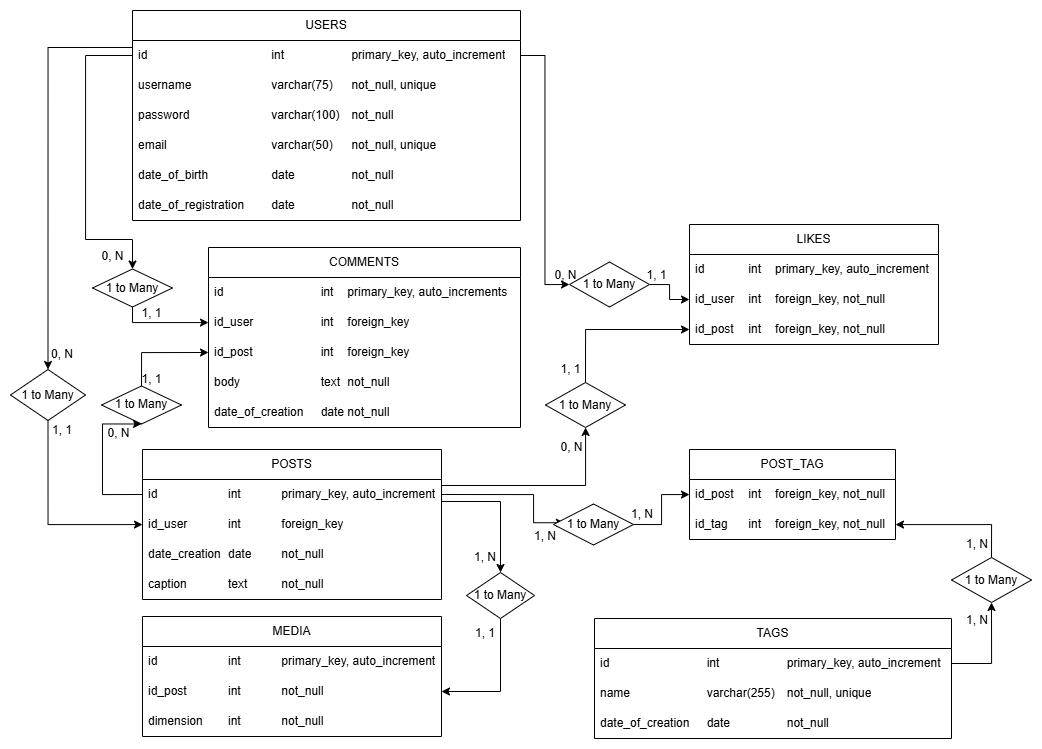
This is social-platform-er.drawio.png from fabrizioruiz96/social-platform, a draw.io export, as it was before one commit. Source tidied: cells renumbered, new cells last; positions are measured from the earlier drawing's top-left corner, leaving out a move shared by most shapes.
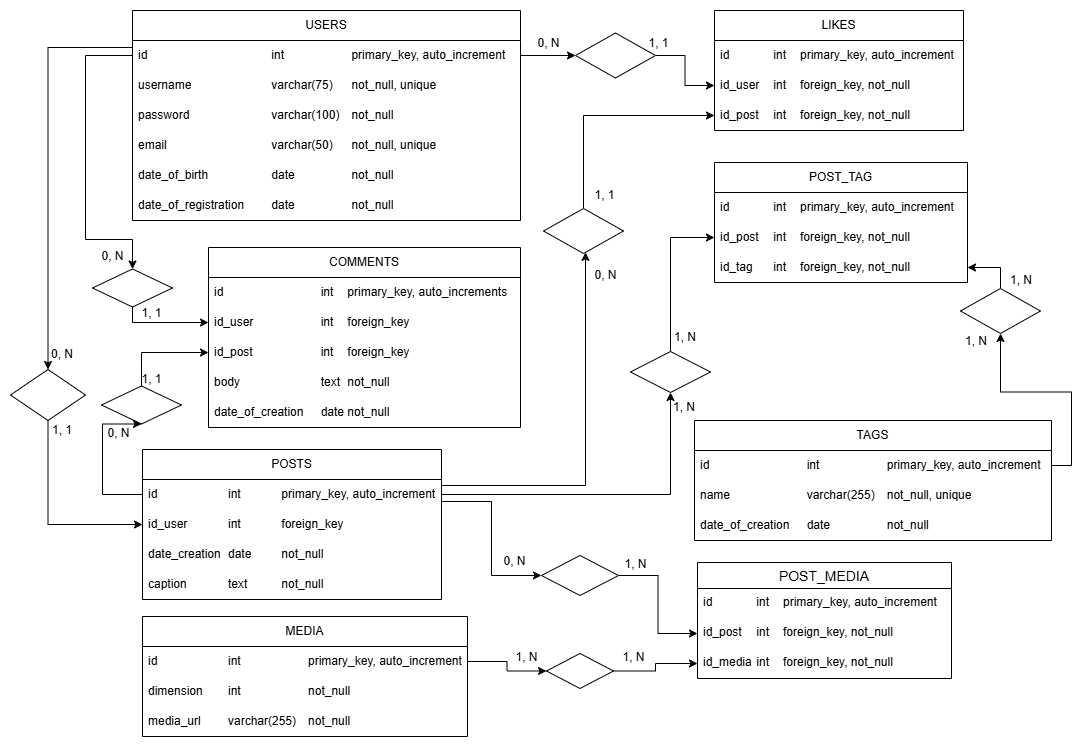
Above is the later version.

Diff of the diagram source:
```diff
@@ -47,19 +47,13 @@
     <mxCell id="16" value="MEDIA" style="swimlane;fontStyle=0;horizontal=1;startSize=30;whiteSpace=wrap;html=1;" parent="1" vertex="1">
-      <mxGeometry x="132" y="606" width="299" height="120" as="geometry" />
+      <mxGeometry x="132" y="606" width="325" height="120" as="geometry" />
     </mxCell>
-    <mxCell id="17" value="id&lt;span style=&quot;white-space: pre;&quot;&gt;&#9;&lt;/span&gt;&lt;span style=&quot;white-space: pre;&quot;&gt;&#9;&lt;span style=&quot;white-space: pre;&quot;&gt;&#9;&lt;/span&gt;&lt;/span&gt;int&lt;span style=&quot;white-space: pre;&quot;&gt;&#9;&lt;/span&gt;&lt;span style=&quot;white-space: pre;&quot;&gt;&#9;&lt;/span&gt;primary_key, auto_increment" style="text;strokeColor=none;fillColor=none;align=left;verticalAlign=middle;spacingLeft=4;spacingRight=4;overflow=hidden;points=[[0,0.5],[1,0.5]];portConstraint=eastwest;whiteSpace=wrap;html=1;" parent="16" vertex="1">
-      <mxGeometry y="30" width="299" height="30" as="geometry" />
+    <mxCell id="17" value="id&lt;span style=&quot;white-space: pre;&quot;&gt;&#9;&lt;/span&gt;&lt;span style=&quot;white-space: pre;&quot;&gt;&#9;&lt;span style=&quot;white-space: pre;&quot;&gt;&#9;&lt;/span&gt;&lt;/span&gt;int&lt;span style=&quot;white-space: pre;&quot;&gt;&#9;&lt;/span&gt;&lt;span style=&quot;white-space: pre;&quot;&gt;&#9;&lt;span style=&quot;white-space: pre;&quot;&gt;&#9;&lt;/span&gt;&lt;/span&gt;primary_key, auto_increment" style="text;strokeColor=none;fillColor=none;align=left;verticalAlign=middle;spacingLeft=4;spacingRight=4;overflow=hidden;points=[[0,0.5],[1,0.5]];portConstraint=eastwest;whiteSpace=wrap;html=1;" parent="16" vertex="1">
+      <mxGeometry y="30" width="325" height="30" as="geometry" />
     </mxCell>
-    <mxCell id="18" value="id_post&lt;span style=&quot;white-space: pre;&quot;&gt;&#9;&lt;/span&gt;&lt;span style=&quot;white-space: pre;&quot;&gt;&#9;&lt;/span&gt;int&lt;span style=&quot;white-space: pre;&quot;&gt;&#9;&lt;/span&gt;&lt;span style=&quot;white-space: pre;&quot;&gt;&#9;&lt;/span&gt;not_null" style="text;strokeColor=none;fillColor=none;align=left;verticalAlign=middle;spacingLeft=4;spacingRight=4;overflow=hidden;points=[[0,0.5],[1,0.5]];portConstraint=eastwest;whiteSpace=wrap;html=1;" parent="16" vertex="1">
-      <mxGeometry y="60" width="299" height="30" as="geometry" />
-    </mxCell>
-    <mxCell id="19" value="dimension&lt;span style=&quot;white-space: pre;&quot;&gt;&#9;&lt;/span&gt;int&lt;span style=&quot;white-space: pre;&quot;&gt;&#9;&lt;/span&gt;&lt;span style=&quot;white-space: pre;&quot;&gt;&#9;&lt;/span&gt;not_null" style="text;strokeColor=none;fillColor=none;align=left;verticalAlign=middle;spacingLeft=4;spacingRight=4;overflow=hidden;whiteSpace=wrap;html=1;" parent="16" vertex="1">
-      <mxGeometry y="90" width="299" height="30" as="geometry" />
+    <mxCell id="19" value="dimension&lt;span style=&quot;white-space: pre;&quot;&gt;&#9;&lt;/span&gt;int&lt;span style=&quot;white-space: pre;&quot;&gt;&#9;&lt;/span&gt;&lt;span style=&quot;white-space: pre;&quot;&gt;&#9;&lt;span style=&quot;white-space: pre;&quot;&gt;&#9;&lt;/span&gt;&lt;/span&gt;not_null" style="text;strokeColor=none;fillColor=none;align=left;verticalAlign=middle;spacingLeft=4;spacingRight=4;overflow=hidden;whiteSpace=wrap;html=1;" parent="16" vertex="1">
+      <mxGeometry y="60" width="325" height="30" as="geometry" />
     </mxCell>
-    <mxCell id="20" value="1, N" style="text;html=1;align=center;verticalAlign=middle;whiteSpace=wrap;rounded=0;" parent="1" vertex="1">
-      <mxGeometry x="445" y="532" width="60" height="30" as="geometry" />
-    </mxCell>
-    <mxCell id="21" value="1, 1" style="text;html=1;align=center;verticalAlign=middle;whiteSpace=wrap;rounded=0;" parent="1" vertex="1">
-      <mxGeometry x="445" y="608" width="60" height="30" as="geometry" />
-    </mxCell>
+    <mxCell id="76" value="media_url&lt;span style=&quot;white-space: pre;&quot;&gt;&#9;&lt;/span&gt;varchar(255)&lt;span style=&quot;white-space: pre;&quot;&gt;&#9;&lt;/span&gt;not_null" style="text;strokeColor=none;fillColor=none;align=left;verticalAlign=middle;spacingLeft=4;spacingRight=4;overflow=hidden;whiteSpace=wrap;html=1;" parent="16" vertex="1">
+      <mxGeometry y="90" width="325" height="30" as="geometry" />
+    </mxCell>
     <mxCell id="22" style="edgeStyle=orthogonalEdgeStyle;rounded=0;jettySize=auto;html=1;exitX=0.5;exitY=1;exitDx=0;exitDy=0;" parent="1" edge="1" source="23" target="4">
@@ -67,3 +61,3 @@
     </mxCell>
-    <mxCell id="23" value="1 to Many" style="rhombus;whiteSpace=wrap;html=1;" parent="1" vertex="1">
+    <mxCell id="23" style="rhombus;whiteSpace=wrap;html=1;" parent="1" vertex="1">
       <mxGeometry y="359" width="75" height="51" as="geometry" />
@@ -78,18 +72,4 @@
     </mxCell>
-    <mxCell id="25" style="edgeStyle=orthogonalEdgeStyle;rounded=0;jettySize=auto;html=1;exitX=0.5;exitY=1;exitDx=0;exitDy=0;entryX=1;entryY=0.5;entryDx=0;entryDy=0;" parent="1" edge="1" source="26" target="18">
-      <mxGeometry relative="1" as="geometry" />
-    </mxCell>
-    <mxCell id="26" value="1 to Many" style="rhombus;whiteSpace=wrap;html=1;" parent="1" vertex="1">
-      <mxGeometry x="456" y="562" width="68" height="46" as="geometry" />
-    </mxCell>
-    <mxCell id="27" style="edgeStyle=orthogonalEdgeStyle;rounded=0;jettySize=auto;html=1;exitX=1;exitY=0.5;exitDx=0;exitDy=0;" parent="1" edge="1" source="3" target="26">
-      <mxGeometry relative="1" as="geometry">
-        <Array as="points">
-          <mxPoint x="431" y="491" />
-          <mxPoint x="490" y="491" />
-        </Array>
-      </mxGeometry>
-    </mxCell>
     <mxCell id="28" value="TAGS" style="swimlane;fontStyle=0;horizontal=1;startSize=30;whiteSpace=wrap;html=1;" parent="1" vertex="1">
-      <mxGeometry x="584" y="608" width="357" height="120" as="geometry" />
+      <mxGeometry x="684" y="410" width="357" height="120" as="geometry" />
     </mxCell>
@@ -105,15 +85,17 @@
     <mxCell id="32" value="POST_TAG" style="swimlane;fontStyle=0;horizontal=1;startSize=30;whiteSpace=wrap;html=1;" parent="1" vertex="1">
-      <mxGeometry x="679" y="439" width="206" height="90" as="geometry" />
+      <mxGeometry x="704" y="152" width="253" height="120" as="geometry" />
     </mxCell>
+    <mxCell id="77" value="id&lt;span style=&quot;white-space: pre;&quot;&gt;&#9;&lt;/span&gt;&lt;span style=&quot;white-space: pre;&quot;&gt;&#9;&lt;/span&gt;int&lt;span style=&quot;white-space: pre;&quot;&gt;&#9;&lt;/span&gt;primary_key, auto_increment" style="text;strokeColor=none;fillColor=none;align=left;verticalAlign=middle;spacingLeft=4;spacingRight=4;overflow=hidden;whiteSpace=wrap;html=1;" parent="32" vertex="1">
+      <mxGeometry y="30" width="253" height="30" as="geometry" />
+    </mxCell>
     <mxCell id="33" value="id_post&lt;span style=&quot;white-space: pre;&quot;&gt;&#9;&lt;/span&gt;int&lt;span style=&quot;white-space: pre;&quot;&gt;&#9;&lt;/span&gt;foreign_key, not_null" style="text;strokeColor=none;fillColor=none;align=left;verticalAlign=middle;spacingLeft=4;spacingRight=4;overflow=hidden;points=[[0,0.5],[1,0.5]];portConstraint=eastwest;whiteSpace=wrap;html=1;" parent="32" vertex="1">
-      <mxGeometry y="30" width="206" height="30" as="geometry" />
+      <mxGeometry y="60" width="253" height="30" as="geometry" />
     </mxCell>
     <mxCell id="34" value="id_tag&lt;span style=&quot;white-space: pre;&quot;&gt;&#9;&lt;/span&gt;int&lt;span style=&quot;white-space: pre;&quot;&gt;&#9;&lt;/span&gt;foreign_key, not_null" style="text;strokeColor=none;fillColor=none;align=left;verticalAlign=middle;spacingLeft=4;spacingRight=4;overflow=hidden;points=[[0,0.5],[1,0.5]];portConstraint=eastwest;whiteSpace=wrap;html=1;" parent="32" vertex="1">
-      <mxGeometry y="60" width="206" height="30" as="geometry" />
+      <mxGeometry y="90" width="253" height="30" as="geometry" />
     </mxCell>
-    <mxCell id="35" style="edgeStyle=orthogonalEdgeStyle;rounded=0;jettySize=auto;html=1;exitX=1;exitY=0.5;exitDx=0;exitDy=0;entryX=0.137;entryY=0.457;entryDx=0;entryDy=0;entryPerimeter=0;" parent="1" edge="1" source="3" target="56">
+    <mxCell id="35" style="edgeStyle=orthogonalEdgeStyle;rounded=0;jettySize=auto;html=1;exitX=1;exitY=0.5;exitDx=0;exitDy=0;entryX=0.5;entryY=1;entryDx=0;entryDy=0;" parent="1" edge="1" source="3" target="56">
       <mxGeometry relative="1" as="geometry">
         <Array as="points">
-          <mxPoint x="523" y="484" />
-          <mxPoint x="523" y="512" />
+          <mxPoint x="660" y="484" />
         </Array>
@@ -121,20 +103,13 @@
     </mxCell>
-    <mxCell id="36" style="edgeStyle=orthogonalEdgeStyle;rounded=0;jettySize=auto;html=1;exitX=1;exitY=0.5;exitDx=0;exitDy=0;entryX=0.5;entryY=1;entryDx=0;entryDy=0;" parent="1" edge="1" source="29" target="59">
-      <mxGeometry relative="1" as="geometry">
-        <Array as="points">
-          <mxPoint x="981" y="653" />
-        </Array>
-      </mxGeometry>
-    </mxCell>
     <mxCell id="37" value="1, N" style="text;html=1;align=center;verticalAlign=middle;whiteSpace=wrap;rounded=0;" parent="1" vertex="1">
-      <mxGeometry x="937" y="595" width="60" height="30" as="geometry" />
+      <mxGeometry x="936" y="316" width="60" height="30" as="geometry" />
     </mxCell>
     <mxCell id="38" value="1, N" style="text;html=1;align=center;verticalAlign=middle;whiteSpace=wrap;rounded=0;" parent="1" vertex="1">
-      <mxGeometry x="937" y="519" width="60" height="30" as="geometry" />
+      <mxGeometry x="981" y="255" width="60" height="30" as="geometry" />
     </mxCell>
     <mxCell id="39" value="1, N" style="text;html=1;align=center;verticalAlign=middle;whiteSpace=wrap;rounded=0;" parent="1" vertex="1">
-      <mxGeometry x="602" y="489" width="60" height="30" as="geometry" />
+      <mxGeometry x="645" y="312" width="60" height="30" as="geometry" />
     </mxCell>
     <mxCell id="40" value="LIKES" style="swimlane;fontStyle=0;horizontal=1;startSize=30;whiteSpace=wrap;html=1;" parent="1" vertex="1">
-      <mxGeometry x="679" y="214" width="249" height="120" as="geometry" />
+      <mxGeometry x="704" width="249" height="120" as="geometry" />
     </mxCell>
@@ -155,4 +130,4 @@
     </mxCell>
-    <mxCell id="46" value="1 to Many" style="rhombus;whiteSpace=wrap;html=1;" parent="1" vertex="1">
-      <mxGeometry x="559" y="251.5" width="80" height="45" as="geometry" />
+    <mxCell id="46" style="rhombus;whiteSpace=wrap;html=1;" parent="1" vertex="1">
+      <mxGeometry x="565" y="22.5" width="80" height="45" as="geometry" />
     </mxCell>
@@ -161,7 +136,7 @@
     </mxCell>
-    <mxCell id="48" value="1 to Many" style="rhombus;whiteSpace=wrap;html=1;" parent="1" vertex="1">
-      <mxGeometry x="535" y="372" width="80" height="45" as="geometry" />
+    <mxCell id="48" style="rhombus;whiteSpace=wrap;html=1;" parent="1" vertex="1">
+      <mxGeometry x="533" y="198" width="80" height="45" as="geometry" />
     </mxCell>
     <mxCell id="49" value="1, N" style="text;html=1;align=center;verticalAlign=middle;whiteSpace=wrap;rounded=0;" parent="1" vertex="1">
-      <mxGeometry x="505" y="511" width="60" height="30" as="geometry" />
+      <mxGeometry x="644" y="382" width="60" height="30" as="geometry" />
     </mxCell>
@@ -176,18 +151,18 @@
     <mxCell id="51" value="0, N" style="text;html=1;align=center;verticalAlign=middle;strokeColor=none;fillColor=none;" parent="1" vertex="1">
-      <mxGeometry x="541" y="424" width="40" height="26" as="geometry" />
+      <mxGeometry x="575" y="252" width="40" height="26" as="geometry" />
     </mxCell>
     <mxCell id="52" value="1, 1" style="text;html=1;align=center;verticalAlign=middle;strokeColor=none;fillColor=none;" parent="1" vertex="1">
-      <mxGeometry x="541" y="346" width="38" height="26" as="geometry" />
+      <mxGeometry x="575" y="172" width="38" height="26" as="geometry" />
     </mxCell>
     <mxCell id="53" value="0, N" style="text;html=1;align=center;verticalAlign=middle;strokeColor=none;fillColor=none;" parent="1" vertex="1">
-      <mxGeometry x="535" y="251.5" width="40" height="26" as="geometry" />
+      <mxGeometry x="518" y="20" width="40" height="26" as="geometry" />
     </mxCell>
     <mxCell id="54" value="1, 1" style="text;html=1;align=center;verticalAlign=middle;strokeColor=none;fillColor=none;" parent="1" vertex="1">
-      <mxGeometry x="627" y="251.5" width="38" height="26" as="geometry" />
+      <mxGeometry x="629" y="20" width="38" height="26" as="geometry" />
     </mxCell>
-    <mxCell id="55" style="edgeStyle=orthogonalEdgeStyle;rounded=0;jettySize=auto;html=1;exitX=1;exitY=0.5;exitDx=0;exitDy=0;" parent="1" edge="1" source="56" target="33">
+    <mxCell id="55" style="edgeStyle=orthogonalEdgeStyle;rounded=0;jettySize=auto;html=1;exitX=0.5;exitY=0;exitDx=0;exitDy=0;" parent="1" edge="1" source="56" target="33">
       <mxGeometry relative="1" as="geometry" />
     </mxCell>
-    <mxCell id="56" value="1 to Many" style="rhombus;whiteSpace=wrap;html=1;" parent="1" vertex="1">
-      <mxGeometry x="543" y="493.5" width="80" height="41" as="geometry" />
+    <mxCell id="56" style="rhombus;whiteSpace=wrap;html=1;" parent="1" vertex="1">
+      <mxGeometry x="620" y="341" width="80" height="41" as="geometry" />
     </mxCell>
@@ -199,4 +174,4 @@
     </mxCell>
-    <mxCell id="59" value="1 to Many" style="rhombus;whiteSpace=wrap;html=1;" parent="1" vertex="1">
-      <mxGeometry x="941" y="547" width="80" height="45" as="geometry" />
+    <mxCell id="59" style="rhombus;whiteSpace=wrap;html=1;" parent="1" vertex="1">
+      <mxGeometry x="950" y="278" width="80" height="45" as="geometry" />
     </mxCell>
@@ -223,3 +198,3 @@
     </mxCell>
-    <mxCell id="67" value="1 to Many" style="rhombus;whiteSpace=wrap;html=1;" parent="1" vertex="1">
+    <mxCell id="67" style="rhombus;whiteSpace=wrap;html=1;" parent="1" vertex="1">
       <mxGeometry x="91" y="375.5" width="80" height="38" as="geometry" />
@@ -233,3 +208,3 @@
     </mxCell>
-    <mxCell id="69" value="1 to Many" style="rhombus;whiteSpace=wrap;html=1;" parent="1" vertex="1">
+    <mxCell id="69" style="rhombus;whiteSpace=wrap;html=1;" parent="1" vertex="1">
       <mxGeometry x="82" y="258.5" width="80" height="38" as="geometry" />
@@ -265,2 +240,53 @@
     </mxCell>
+    <mxCell id="36" style="edgeStyle=orthogonalEdgeStyle;rounded=0;jettySize=auto;html=1;exitX=1;exitY=0.5;exitDx=0;exitDy=0;entryX=0.5;entryY=1;entryDx=0;entryDy=0;" parent="1" edge="1" source="29" target="59">
+      <mxGeometry relative="1" as="geometry" />
+    </mxCell>
+    <mxCell id="78" value="POST_MEDIA" style="swimlane;fontStyle=0;horizontal=1;startSize=26;align=center;fontSize=14;" parent="1" vertex="1">
+      <mxGeometry x="687" y="552" width="254" height="116" as="geometry" />
+    </mxCell>
+    <mxCell id="79" value="id&lt;span style=&quot;white-space: pre;&quot;&gt;&#9;&lt;/span&gt;&lt;span style=&quot;white-space: pre;&quot;&gt;&#9;&lt;/span&gt;int&lt;span style=&quot;white-space: pre;&quot;&gt;&#9;&lt;/span&gt;primary_key, auto_increment" style="text;strokeColor=none;fillColor=none;spacingLeft=4;spacingRight=4;overflow=hidden;fontSize=12;whiteSpace=wrap;html=1;" parent="78" vertex="1">
+      <mxGeometry y="26" width="254" height="30" as="geometry" />
+    </mxCell>
+    <mxCell id="80" value="id_post&lt;span style=&quot;white-space: pre;&quot;&gt;&#9;&lt;/span&gt;int&lt;span style=&quot;white-space: pre;&quot;&gt;&#9;&lt;/span&gt;foreign_key, not_null" style="text;strokeColor=none;fillColor=none;spacingLeft=4;spacingRight=4;overflow=hidden;points=[[0,0.5],[1,0.5]];portConstraint=eastwest;fontSize=12;whiteSpace=wrap;html=1;" parent="78" vertex="1">
+      <mxGeometry y="56" width="254" height="30" as="geometry" />
+    </mxCell>
+    <mxCell id="81" value="id_media&lt;span style=&quot;white-space: pre;&quot;&gt;&#9;&lt;/span&gt;int&lt;span style=&quot;white-space: pre;&quot;&gt;&#9;&lt;/span&gt;foreign_key, not_null" style="text;strokeColor=none;fillColor=none;spacingLeft=4;spacingRight=4;overflow=hidden;points=[[0,0.5],[1,0.5]];portConstraint=eastwest;fontSize=12;whiteSpace=wrap;html=1;" parent="78" vertex="1">
+      <mxGeometry y="86" width="254" height="30" as="geometry" />
+    </mxCell>
+    <mxCell id="82" style="edgeStyle=orthogonalEdgeStyle;rounded=0;jettySize=auto;html=1;exitX=1;exitY=0.5;exitDx=0;exitDy=0;entryX=0;entryY=0.5;entryDx=0;entryDy=0;" parent="1" edge="1" source="83" target="81">
+      <mxGeometry relative="1" as="geometry" />
+    </mxCell>
+    <mxCell id="83" style="rhombus;whiteSpace=wrap;html=1;" parent="1" vertex="1">
+      <mxGeometry x="536" y="643" width="67" height="35" as="geometry" />
+    </mxCell>
+    <mxCell id="84" style="edgeStyle=orthogonalEdgeStyle;rounded=0;jettySize=auto;html=1;exitX=1;exitY=0.5;exitDx=0;exitDy=0;entryX=0;entryY=0.5;entryDx=0;entryDy=0;" parent="1" edge="1" source="17" target="83">
+      <mxGeometry relative="1" as="geometry" />
+    </mxCell>
+    <mxCell id="85" style="edgeStyle=orthogonalEdgeStyle;rounded=0;jettySize=auto;html=1;exitX=1;exitY=0.5;exitDx=0;exitDy=0;" parent="1" edge="1" source="86" target="80">
+      <mxGeometry relative="1" as="geometry" />
+    </mxCell>
+    <mxCell id="86" style="rhombus;whiteSpace=wrap;html=1;" parent="1" vertex="1">
+      <mxGeometry x="531" y="545" width="77" height="40" as="geometry" />
+    </mxCell>
+    <mxCell id="87" style="edgeStyle=orthogonalEdgeStyle;rounded=0;jettySize=auto;html=1;exitX=1;exitY=0.5;exitDx=0;exitDy=0;entryX=0;entryY=0.5;entryDx=0;entryDy=0;" parent="1" edge="1" source="3" target="86">
+      <mxGeometry relative="1" as="geometry">
+        <Array as="points">
+          <mxPoint x="431" y="491" />
+          <mxPoint x="481" y="491" />
+          <mxPoint x="481" y="565" />
+        </Array>
+      </mxGeometry>
+    </mxCell>
+    <mxCell id="88" value="0, N" style="text;html=1;align=center;verticalAlign=middle;strokeColor=none;fillColor=none;" parent="1" vertex="1">
+      <mxGeometry x="484" y="538" width="40" height="26" as="geometry" />
+    </mxCell>
+    <mxCell id="89" value="1, N" style="text;html=1;align=center;verticalAlign=middle;strokeColor=none;fillColor=none;" parent="1" vertex="1">
+      <mxGeometry x="605" y="541" width="40" height="26" as="geometry" />
+    </mxCell>
+    <mxCell id="90" value="1, N" style="text;html=1;align=center;verticalAlign=middle;strokeColor=none;fillColor=none;" parent="1" vertex="1">
+      <mxGeometry x="496" y="634" width="40" height="26" as="geometry" />
+    </mxCell>
+    <mxCell id="91" value="1, N" style="text;html=1;align=center;verticalAlign=middle;strokeColor=none;fillColor=none;" parent="1" vertex="1">
+      <mxGeometry x="603" y="634" width="40" height="26" as="geometry" />
+    </mxCell>
   </root>
```
